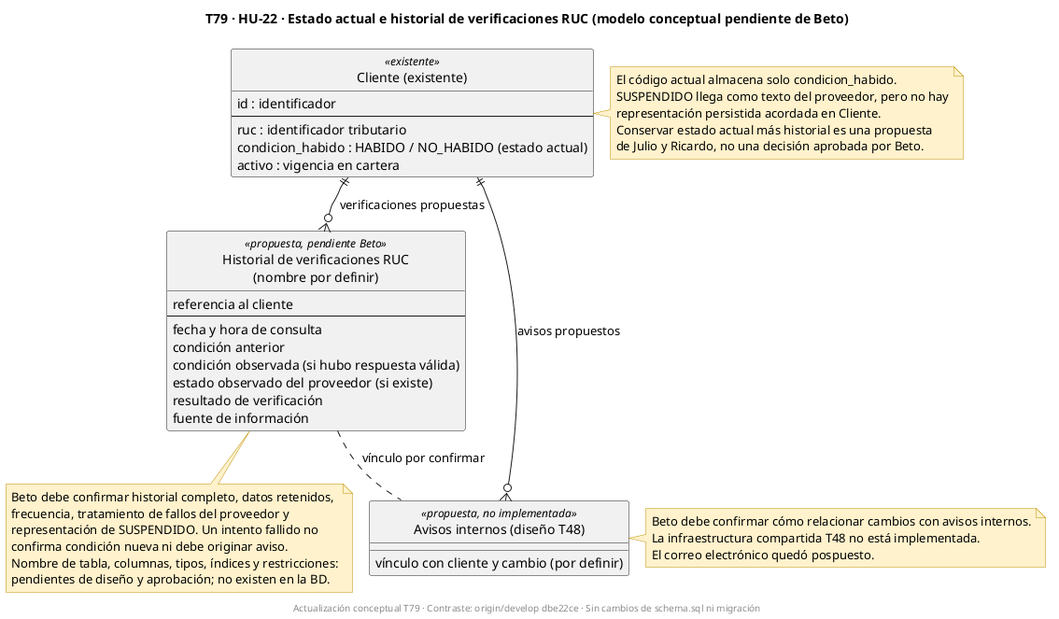
Before: docs/uml/img/T79-HU22-er-condicion-cliente.png, a diagram exported from PlantUML (fabianrodriguez33/plus-contable).
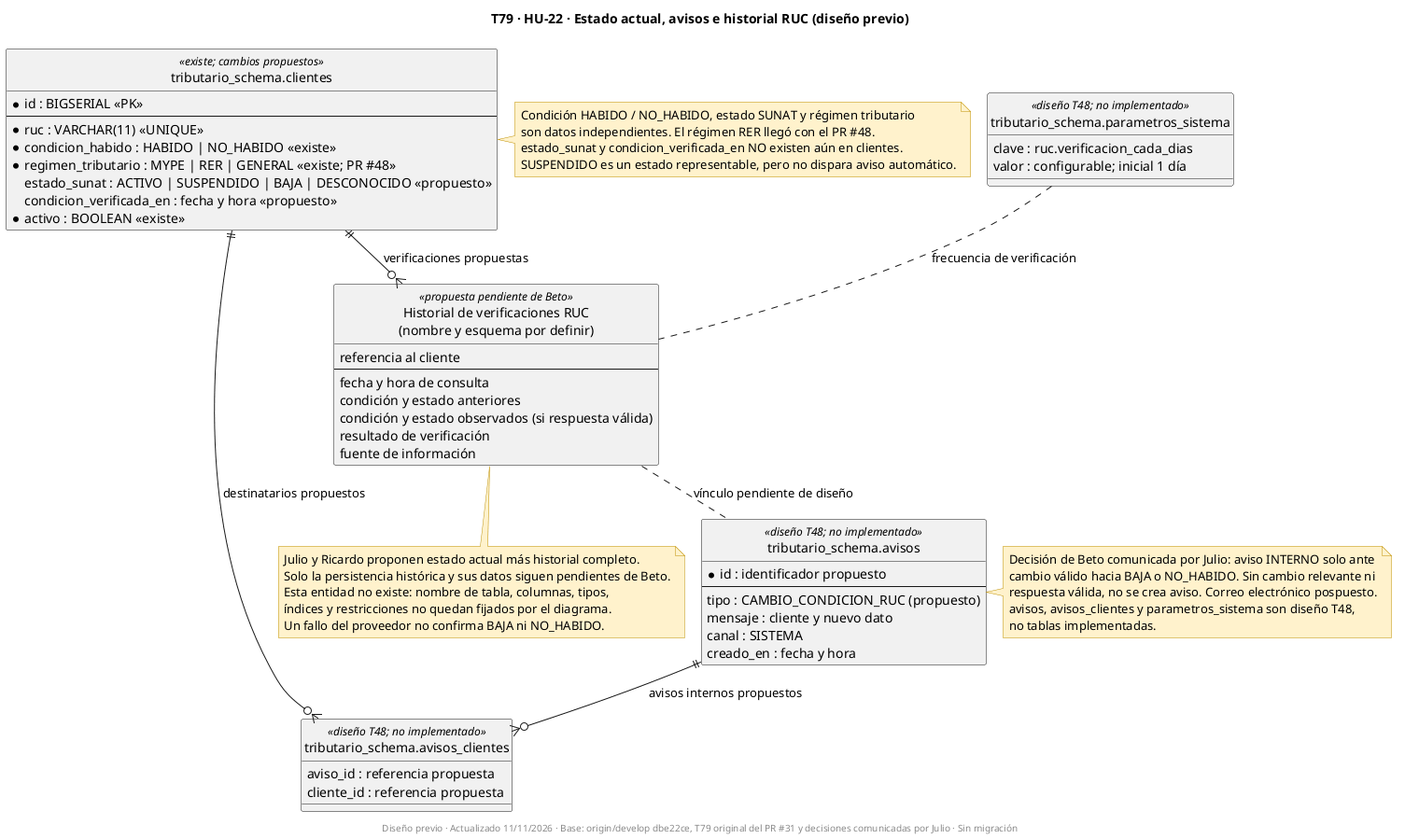
After the change.

Commit message:
docs(HU-22): ajustar T79 a decisiones confirmadas de Beto

Change to the diagram source:
```diff
@@ -1,55 +1,72 @@
 @startuml
 !pragma layout smetana
-title T79 · HU-22 · Estado actual e historial de verificaciones RUC (modelo conceptual pendiente de Beto)
+title T79 · HU-22 · Estado actual, avisos e historial RUC (diseño previo)
 skinparam shadowing false
 skinparam noteBackgroundColor #FFF2CC
 skinparam noteBorderColor #BF9000
 hide circle
 
-entity "Cliente (existente)" as cliente <<existente>> {
-  id : identificador
+entity "tributario_schema.clientes" as clientes <<existe; cambios propuestos>> {
+  * id : BIGSERIAL <<PK>>
   --
-  ruc : identificador tributario
-  condicion_habido : HABIDO / NO_HABIDO (estado actual)
-  activo : vigencia en cartera
+  * ruc : VARCHAR(11) <<UNIQUE>>
+  * condicion_habido : HABIDO | NO_HABIDO <<existe>>
+  * regimen_tributario : MYPE | RER | GENERAL <<existe; PR #48>>
+    estado_sunat : ACTIVO | SUSPENDIDO | BAJA | DESCONOCIDO <<propuesto>>
+    condicion_verificada_en : fecha y hora <<propuesto>>
+  * activo : BOOLEAN <<existe>>
 }
-entity "Historial de verificaciones RUC\n(nombre por definir)" as historial <<propuesta, pendiente Beto>> {
+entity "Historial de verificaciones RUC\n(nombre y esquema por definir)" as historial <<propuesta pendiente de Beto>> {
   referencia al cliente
   --
   fecha y hora de consulta
-  condición anterior
-  condición observada (si hubo respuesta válida)
-  estado observado del proveedor (si existe)
+  condición y estado anteriores
+  condición y estado observados (si respuesta válida)
   resultado de verificación
   fuente de información
 }
-entity "Avisos internos (diseño T48)" as aviso <<propuesta, no implementada>> {
-  vínculo con cliente y cambio (por definir)
+entity "tributario_schema.avisos" as avisos <<diseño T48; no implementado>> {
+  * id : identificador propuesto
+  --
+  tipo : CAMBIO_CONDICION_RUC (propuesto)
+  mensaje : cliente y nuevo dato
+  canal : SISTEMA
+  creado_en : fecha y hora
+}
+entity "tributario_schema.avisos_clientes" as ac <<diseño T48; no implementado>> {
+  aviso_id : referencia propuesta
+  cliente_id : referencia propuesta
+}
+entity "tributario_schema.parametros_sistema" as param <<diseño T48; no implementado>> {
+  clave : ruc.verificacion_cada_dias
+  valor : configurable; inicial 1 día
 }
 
-cliente ||--o{ historial : verificaciones propuestas
-cliente ||--o{ aviso : avisos propuestos
-historial .. aviso : vínculo por confirmar
+clientes ||--o{ historial : verificaciones propuestas
+clientes ||--o{ ac : destinatarios propuestos
+avisos ||--o{ ac : avisos internos propuestos
+historial .. avisos : vínculo pendiente de diseño
+param .. historial : frecuencia de verificación
 
-note right of cliente
-  El código actual almacena solo condicion_habido.
-  SUSPENDIDO llega como texto del proveedor, pero no hay
-  representación persistida acordada en Cliente.
-  Conservar estado actual más historial es una propuesta
-  de Julio y Ricardo, no una decisión aprobada por Beto.
+note right of clientes
+  Condición HABIDO / NO_HABIDO, estado SUNAT y régimen tributario
+  son datos independientes. El régimen RER llegó con el PR #48.
+  estado_sunat y condicion_verificada_en NO existen aún en clientes.
+  SUSPENDIDO es un estado representable, pero no dispara aviso automático.
 end note
 note bottom of historial
-  Beto debe confirmar historial completo, datos retenidos,
-  frecuencia, tratamiento de fallos del proveedor y
-  representación de SUSPENDIDO. Un intento fallido no
-  confirma condición nueva ni debe originar aviso.
-  Nombre de tabla, columnas, tipos, índices y restricciones:
-  pendientes de diseño y aprobación; no existen en la BD.
+  Julio y Ricardo proponen estado actual más historial completo.
+  Solo la persistencia histórica y sus datos siguen pendientes de Beto.
+  Esta entidad no existe: nombre de tabla, columnas, tipos,
+  índices y restricciones no quedan fijados por el diagrama.
+  Un fallo del proveedor no confirma BAJA ni NO_HABIDO.
 end note
-note right of aviso
-  Beto debe confirmar cómo relacionar cambios con avisos internos.
-  La infraestructura compartida T48 no está implementada.
-  El correo electrónico quedó pospuesto.
+note right of avisos
+  Decisión de Beto comunicada por Julio: aviso INTERNO solo ante
+  cambio válido hacia BAJA o NO_HABIDO. Sin cambio relevante ni
+  respuesta válida, no se crea aviso. Correo electrónico pospuesto.
+  avisos, avisos_clientes y parametros_sistema son diseño T48,
+  no tablas implementadas.
 end note
-footer Actualización conceptual T79 · Contraste: origin/develop dbe22ce · Sin cambios de schema.sql ni migración
+footer Diseño previo · Actualizado 11/11/2026 · Base: origin/develop dbe22ce, T79 original del PR #31 y decisiones comunicadas por Julio · Sin migración
 @enduml
```
